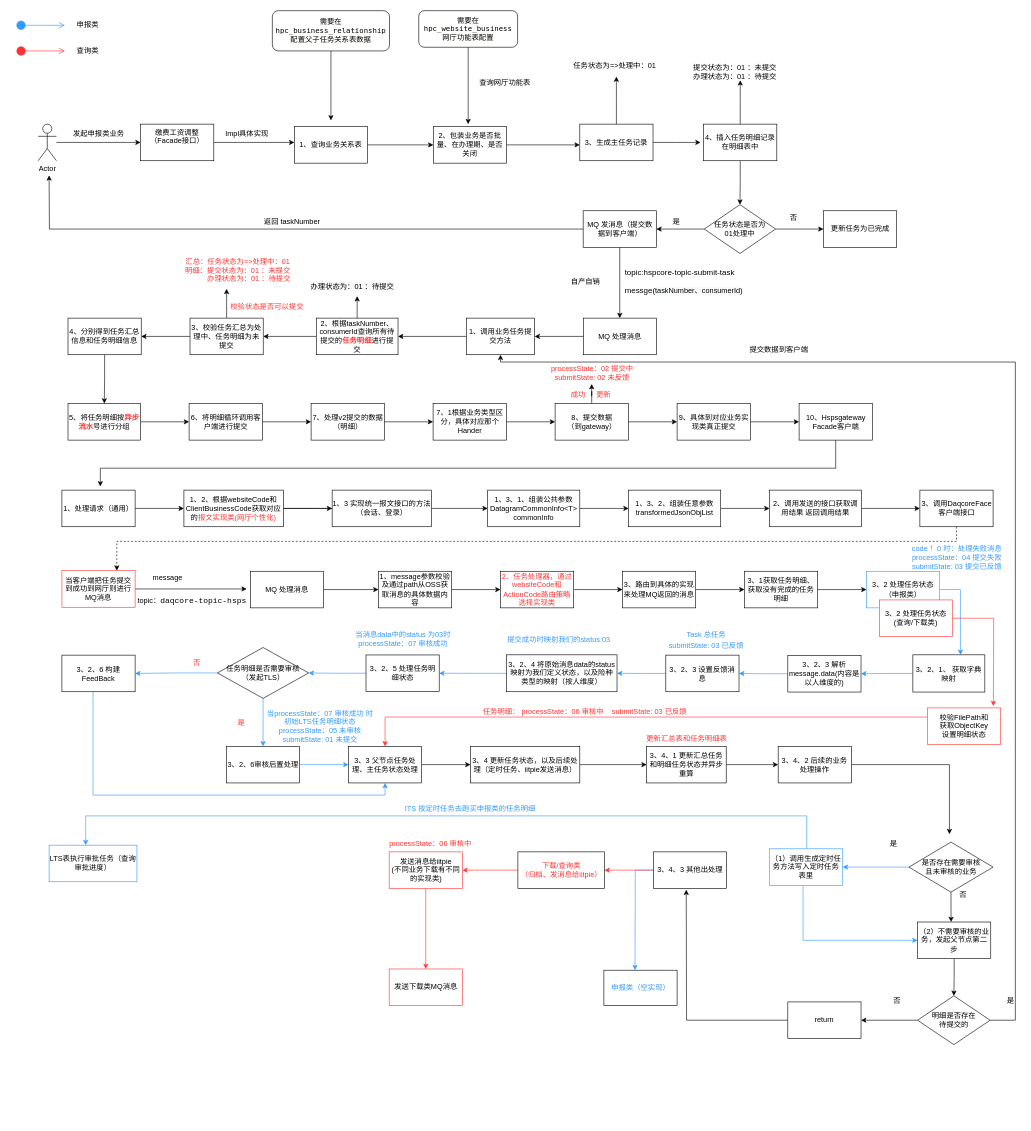
The draw.io diagram 人社底层详细解析流程图.drawio in YYB1024/myRemoteRepo, before the edit. Source tidied: cells renumbered, new cells numbered last; positions are measured from the earlier drawing's top-left corner, leaving out a move shared by most shapes. Both pictures are drawn from the tidied source at 61%, with x=0, y=0 at pixel (16, 10).
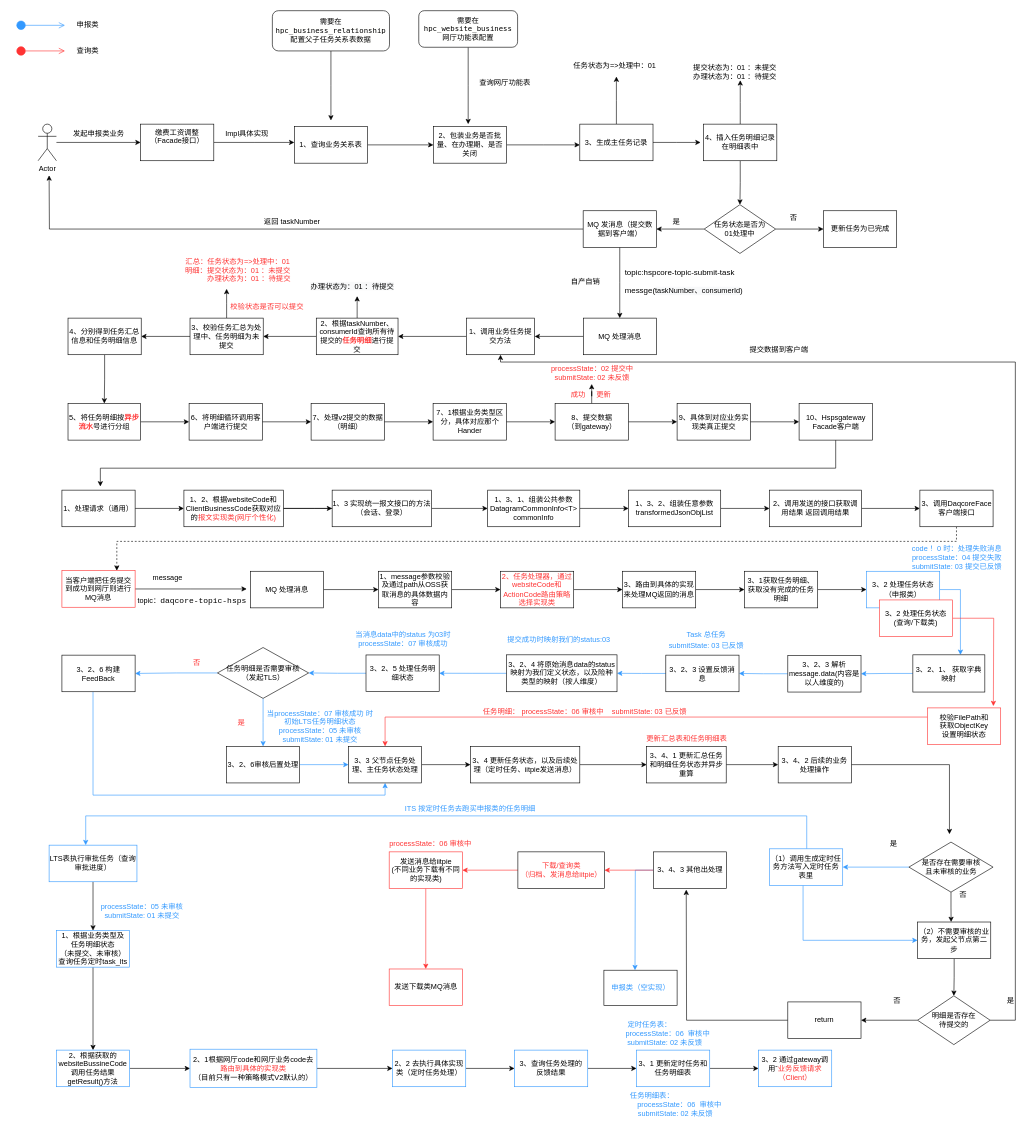
Above is the later version.

Commit message:
更新人社底层详细解析流程图.drawio

The change refers to these unchanged cells:
```xml
<mxCell id="173" value="&lt;font color=&quot;#000000&quot;&gt;LTS表执行审批任务（查询审批进度）&lt;/font&gt;" style="rounded=0;whiteSpace=wrap;html=1;fontColor=#3399FF;strokeColor=#3399FF;" parent="1" vertex="1">
  <mxGeometry x="54" y="1368" width="144" height="60" as="geometry" />
</mxCell>
```

What changed in the source:
```diff
@@
+    <mxCell id="174" style="edgeStyle=orthogonalEdgeStyle;rounded=0;jettySize=auto;html=1;" parent="1" edge="1" source="173" target="176">
+      <mxGeometry relative="1" as="geometry" />
+    </mxCell>
@@
+    <mxCell id="175" style="edgeStyle=orthogonalEdgeStyle;rounded=0;jettySize=auto;html=1;fontColor=#000000;" parent="1" edge="1" source="176" target="179">
+      <mxGeometry relative="1" as="geometry" />
+    </mxCell>
+    <mxCell id="176" value="&lt;font color=&quot;#000000&quot;&gt;1、根据业务类型及&lt;br&gt;任务明细状态&lt;br&gt;（未提交、未审核）查询任务定时task_lts&lt;/font&gt;" style="whiteSpace=wrap;html=1;strokeColor=#3399FF;fontColor=#3399FF;rounded=0;" parent="1" vertex="1">
+      <mxGeometry x="66" y="1508" width="120" height="60" as="geometry" />
+    </mxCell>
+    <mxCell id="177" value="&lt;span style=&quot;color: rgb(51, 153, 255);&quot;&gt;processState：05 未审核&lt;/span&gt;&lt;br style=&quot;color: rgb(51, 153, 255);&quot;&gt;&lt;span style=&quot;color: rgb(51, 153, 255);&quot;&gt;submitState: 01 未提交&lt;/span&gt;" style="text;html=1;align=center;verticalAlign=middle;strokeColor=none;fillColor=none;fontColor=#000000;" parent="1" vertex="1">
+      <mxGeometry x="131" y="1458" width="150" height="36" as="geometry" />
+    </mxCell>
+    <mxCell id="178" style="edgeStyle=orthogonalEdgeStyle;rounded=0;jettySize=auto;html=1;fontColor=#000000;" parent="1" edge="1" source="179" target="181">
+      <mxGeometry relative="1" as="geometry" />
+    </mxCell>
+    <mxCell id="179" value="&lt;font color=&quot;#000000&quot;&gt;2、根据获取的websiteBussineCode调用任务结果getResult()方法&lt;/font&gt;" style="whiteSpace=wrap;html=1;strokeColor=#3399FF;fontColor=#3399FF;rounded=0;" parent="1" vertex="1">
+      <mxGeometry x="66" y="1704" width="120" height="60" as="geometry" />
+    </mxCell>
+    <mxCell id="180" style="edgeStyle=orthogonalEdgeStyle;rounded=0;jettySize=auto;html=1;fontColor=#FF3333;" parent="1" edge="1" source="181" target="183">
+      <mxGeometry relative="1" as="geometry" />
+    </mxCell>
+    <mxCell id="181" value="&lt;font color=&quot;#000000&quot;&gt;2、1根据网厅code和网厅业务code去&lt;/font&gt;&lt;font color=&quot;#ff3333&quot;&gt;路由到具体的实现类&lt;/font&gt;&lt;br&gt;&lt;font color=&quot;#000000&quot;&gt;（目前只有一种策略模式V2默认的）&lt;/font&gt;" style="whiteSpace=wrap;html=1;strokeColor=#3399FF;fontColor=#3399FF;rounded=0;" parent="1" vertex="1">
+      <mxGeometry x="285" y="1702.5" width="208" height="63" as="geometry" />
+    </mxCell>
+    <mxCell id="182" style="edgeStyle=orthogonalEdgeStyle;rounded=0;jettySize=auto;html=1;fontColor=#000000;" parent="1" edge="1" source="183" target="185">
+      <mxGeometry relative="1" as="geometry" />
+    </mxCell>
+    <mxCell id="183" value="&lt;font color=&quot;#000000&quot;&gt;2、2 去执行具体实现类（定时任务处理）&lt;/font&gt;" style="whiteSpace=wrap;html=1;strokeColor=#3399FF;fontColor=#3399FF;rounded=0;" parent="1" vertex="1">
+      <mxGeometry x="617" y="1704" width="120" height="60" as="geometry" />
+    </mxCell>
+    <mxCell id="184" style="edgeStyle=orthogonalEdgeStyle;rounded=0;jettySize=auto;html=1;fontFamily=Helvetica;fontSize=12;fontColor=#3399FF;" parent="1" edge="1" source="185" target="187">
+      <mxGeometry relative="1" as="geometry" />
+    </mxCell>
+    <mxCell id="185" value="&lt;font color=&quot;#000000&quot;&gt;3、查询任务处理的&lt;br&gt;反馈结果&lt;/font&gt;" style="whiteSpace=wrap;html=1;strokeColor=#3399FF;fontColor=#3399FF;rounded=0;" parent="1" vertex="1">
+      <mxGeometry x="817" y="1704" width="120" height="60" as="geometry" />
+    </mxCell>
+    <mxCell id="186" style="edgeStyle=orthogonalEdgeStyle;rounded=0;jettySize=auto;html=1;fontFamily=Helvetica;fontSize=12;fontColor=#3399FF;" parent="1" edge="1" source="187" target="190">
+      <mxGeometry relative="1" as="geometry" />
+    </mxCell>
+    <mxCell id="187" value="&lt;font color=&quot;#000000&quot;&gt;3、1 更新定时任务和任务明细表&lt;/font&gt;" style="whiteSpace=wrap;html=1;strokeColor=#3399FF;fontColor=#3399FF;rounded=0;" parent="1" vertex="1">
+      <mxGeometry x="1017" y="1704" width="120" height="60" as="geometry" />
+    </mxCell>
+    <mxCell id="188" value="定时任务表：&lt;br&gt;&amp;nbsp; &amp;nbsp; &amp;nbsp; &amp;nbsp; &amp;nbsp; &amp;nbsp; &amp;nbsp; &amp;nbsp; &amp;nbsp; processState：06&amp;nbsp; 审核中&lt;br&gt;&amp;nbsp; &amp;nbsp; &amp;nbsp; &amp;nbsp; &amp;nbsp; &amp;nbsp; &amp;nbsp; &amp;nbsp;submitState: 02 未反馈" style="text;html=1;align=center;verticalAlign=middle;strokeColor=none;fillColor=none;fontSize=12;fontFamily=Helvetica;fontColor=#3399FF;" parent="1" vertex="1">
+      <mxGeometry x="930" y="1650" width="216" height="54" as="geometry" />
+    </mxCell>
+    <mxCell id="189" value="任务明细表：&lt;br&gt;&amp;nbsp; &amp;nbsp; &amp;nbsp; &amp;nbsp; &amp;nbsp; &amp;nbsp; &amp;nbsp; &amp;nbsp; &amp;nbsp; &amp;nbsp; &amp;nbsp; &amp;nbsp; &amp;nbsp;&amp;nbsp;&amp;nbsp;processState：06&amp;nbsp; 审核中&lt;br&gt;&amp;nbsp; &amp;nbsp; &amp;nbsp; &amp;nbsp; &amp;nbsp; &amp;nbsp; &amp;nbsp; &amp;nbsp; &amp;nbsp; &amp;nbsp; &amp;nbsp; &amp;nbsp;submitState: 02 未反馈" style="text;html=1;align=center;verticalAlign=middle;strokeColor=none;fillColor=none;fontSize=12;fontFamily=Helvetica;fontColor=#3399FF;" parent="1" vertex="1">
+      <mxGeometry x="918.5" y="1765.5" width="246" height="54" as="geometry" />
+    </mxCell>
+    <mxCell id="190" value="&lt;font color=&quot;#000000&quot;&gt;3、2 通过gateway调用ˇ&lt;/font&gt;&lt;font color=&quot;#ff3333&quot;&gt;业务反馈请求（Client）&lt;/font&gt;" style="whiteSpace=wrap;html=1;strokeColor=#3399FF;fontColor=#3399FF;rounded=0;" parent="1" vertex="1">
+      <mxGeometry x="1217" y="1704" width="120" height="60" as="geometry" />
+    </mxCell>
```
